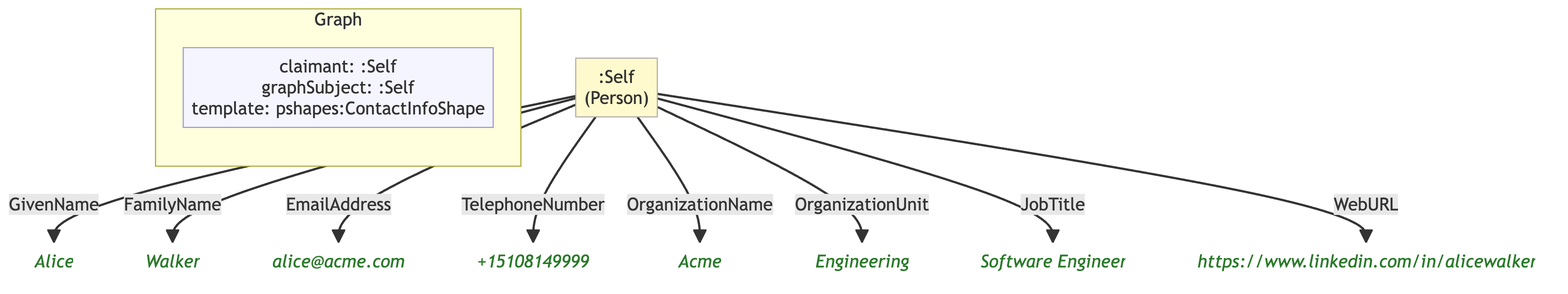
MeeFoundation/mia-ontologies keeps this Mermaid diagram as example/graphs/images/graph-10.png. Above is the earlier version. Its source is kept beside it as example/graphs/images/graph-10.mmd.
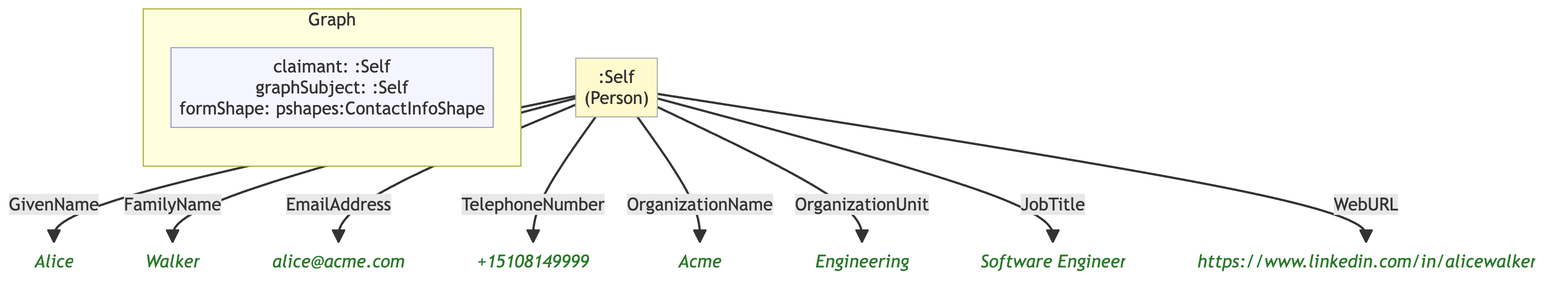
After the commit.

The edit, as a diff of the source:
```diff
@@ -7,24 +7,24 @@
 
     subgraph ctx["Graph"]
         direction LR
-        ctx_meta["claimant: :Self\ngraphSubject: :Self\ntemplate: pshapes:ContactInfoShape"]:::meta
+        ctx_meta["claimant: :Self\ngraphSubject: :Self\nformShape: pshapes:ContactInfoShape"]:::meta
     end
 
-    ne0c3ba92f1db[":Self\n(Person)"]:::person
-    n541b83fe51af("Alice"):::lit
-    n7c773ed56765("Walker"):::lit
-    n605d4b505ad9("alice@acme.com"):::lit
-    nd1a0951c7054("+15108149999"):::lit
-    n158f2e2b3e9b("Acme"):::lit
-    n0a1564bead73("Engineering"):::lit
-    nfe118ea8e107("Software Engineer"):::lit
-    n45e681d6afcb("https://www.linkedin.com/in/alicewalker"):::lit
+    n655e442e50be[":Self\n(Person)"]:::person
+    n45a2befe4989("Alice"):::lit
+    n61b85785de77("Walker"):::lit
+    n98baf1d49798("alice@acme.com"):::lit
+    na8f39804b84b("+15108149999"):::lit
+    n06f7f6cd9c3c("Acme"):::lit
+    ne699ac958e08("Engineering"):::lit
+    nef96618d4700("Software Engineer"):::lit
+    n4b9984e5db81("https://www.linkedin.com/in/alicewalker"):::lit
 
-    ne0c3ba92f1db -->|"GivenName"| n541b83fe51af
-    ne0c3ba92f1db -->|"FamilyName"| n7c773ed56765
-    ne0c3ba92f1db -->|"EmailAddress"| n605d4b505ad9
-    ne0c3ba92f1db -->|"TelephoneNumber"| nd1a0951c7054
-    ne0c3ba92f1db -->|"OrganizationName"| n158f2e2b3e9b
-    ne0c3ba92f1db -->|"OrganizationUnit"| n0a1564bead73
-    ne0c3ba92f1db -->|"JobTitle"| nfe118ea8e107
-    ne0c3ba92f1db -->|"WebURL"| n45e681d6afcb
+    n655e442e50be -->|"GivenName"| n45a2befe4989
+    n655e442e50be -->|"FamilyName"| n61b85785de77
+    n655e442e50be -->|"EmailAddress"| n98baf1d49798
+    n655e442e50be -->|"TelephoneNumber"| na8f39804b84b
+    n655e442e50be -->|"OrganizationName"| n06f7f6cd9c3c
+    n655e442e50be -->|"OrganizationUnit"| ne699ac958e08
+    n655e442e50be -->|"JobTitle"| nef96618d4700
+    n655e442e50be -->|"WebURL"| n4b9984e5db81
```
